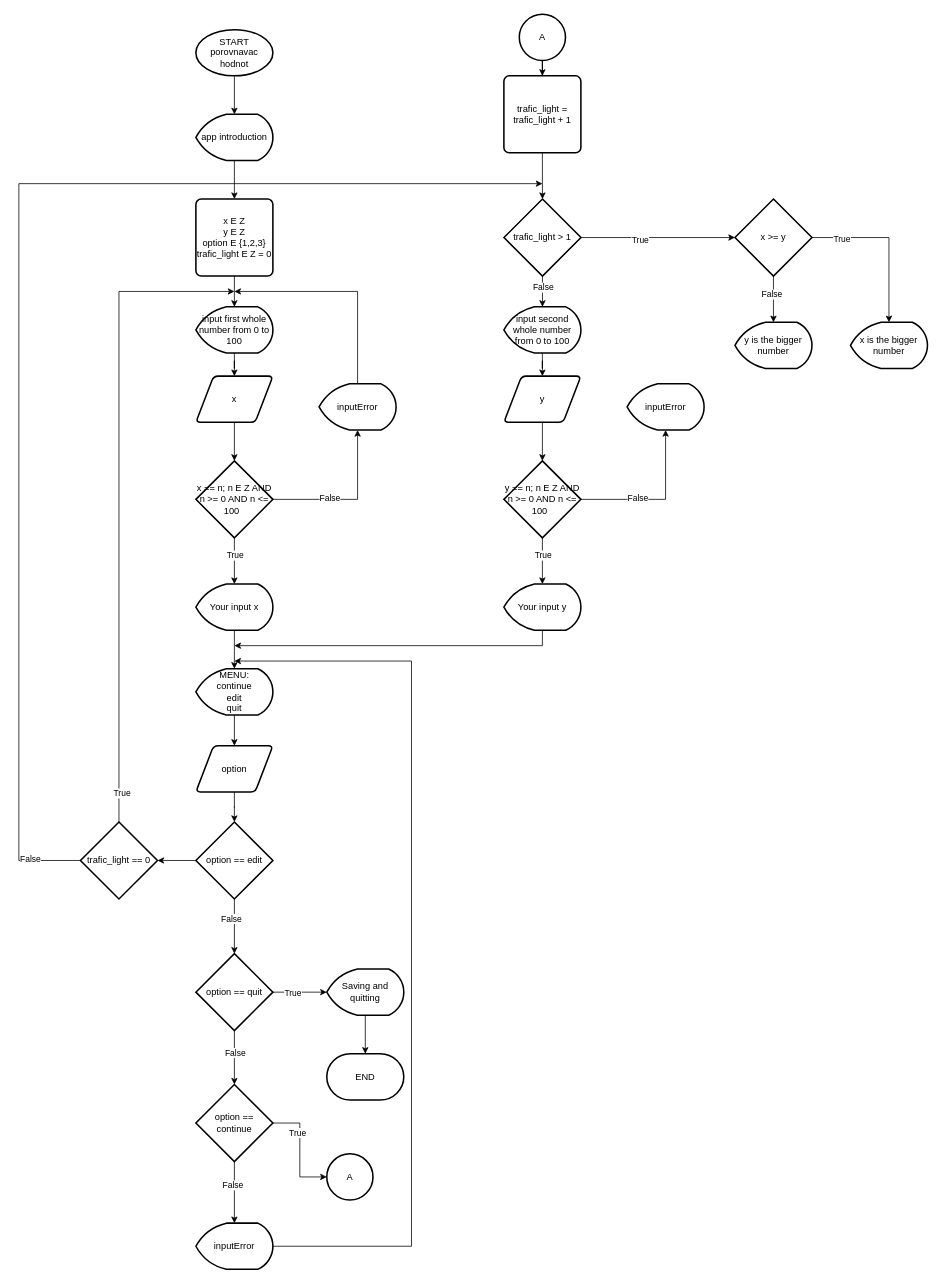
Before: comparator.drawio in otevrro21/Comparator, a draw.io diagram. Source tidied: cells renumbered, new cells numbered last; positions are measured from the earlier drawing's top-left corner, leaving out a move shared by most shapes. Both pictures are drawn from the tidied source at 77%, with x=0, y=0 at pixel (18, 14).
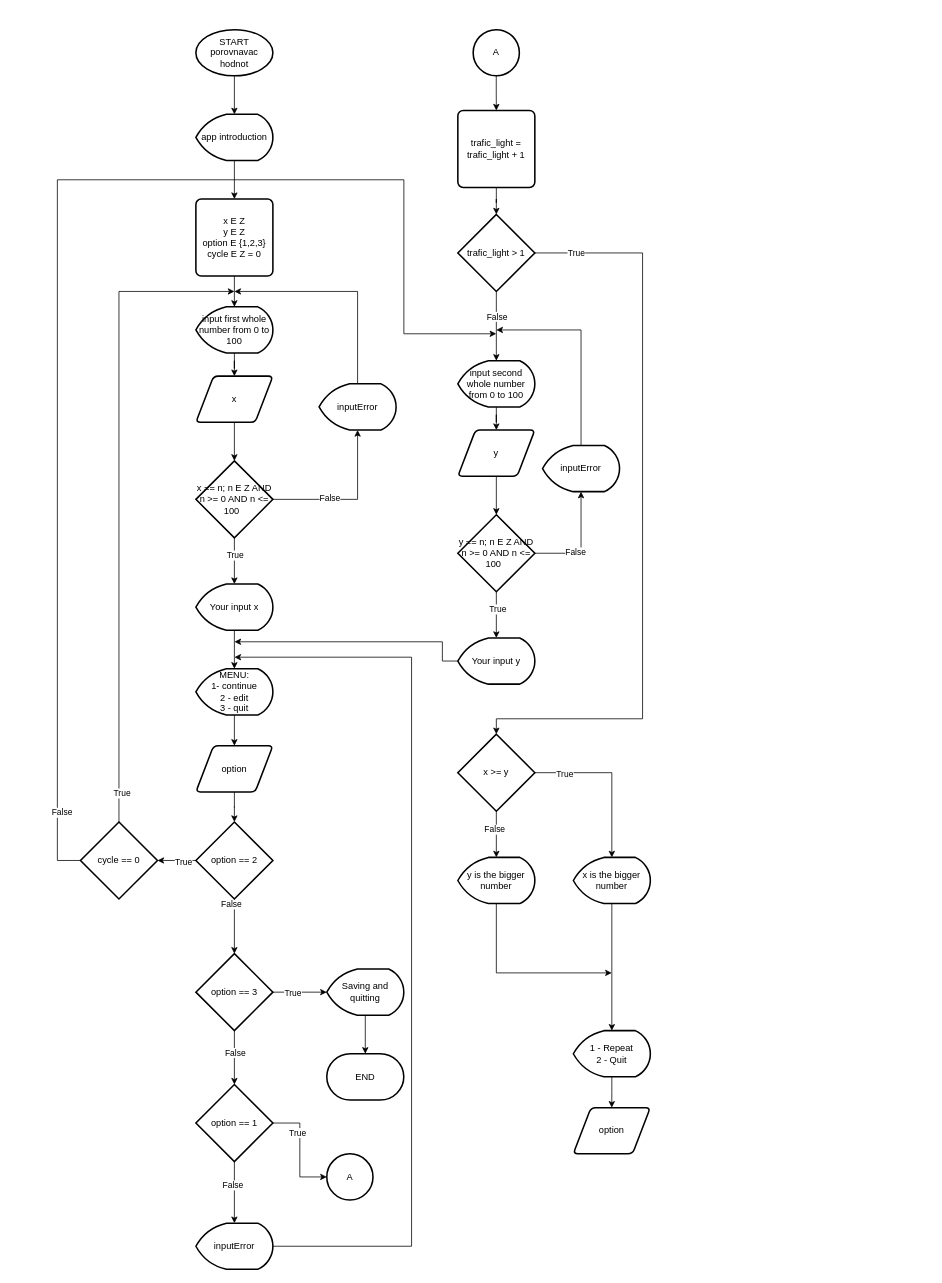
The same diagram, later.

The change refers to these unchanged cells:
```xml
<mxCell id="25" style="edgeStyle=orthogonalEdgeStyle;rounded=0;jettySize=auto;html=1;" parent="1" edge="1" source="28" target="33">
  <mxGeometry relative="1" as="geometry">
    <Array as="points">
      <mxPoint x="279.9" y="1170" />
      <mxPoint x="279.9" y="1170" />
    </Array>
  </mxGeometry>
</mxCell>
<mxCell id="27" style="edgeStyle=orthogonalEdgeStyle;rounded=0;jettySize=auto;html=1;" parent="1" edge="1" source="28" target="63">
  <mxGeometry relative="1" as="geometry" />
</mxCell>
<mxCell id="55" value="inputError" style="strokeWidth=2;html=1;shape=mxgraph.flowchart.display;whiteSpace=wrap;" parent="1" vertex="1">
  <mxGeometry x="229.9" y="1570" width="100" height="60" as="geometry" />
</mxCell>
```

Change to the diagram source:
```diff
@@
-    <mxCell id="7" value="x E Z&lt;br&gt;y E Z&lt;br&gt;option E {1,2,3}&lt;br&gt;trafic_light E Z = 0" style="rounded=1;whiteSpace=wrap;html=1;absoluteArcSize=1;arcSize=14;strokeWidth=2;" parent="1" vertex="1">
+    <mxCell id="7" value="x E Z&lt;br&gt;y E Z&lt;br&gt;option E {1,2,3}&lt;br&gt;cycle E Z = 0" style="rounded=1;whiteSpace=wrap;html=1;absoluteArcSize=1;arcSize=14;strokeWidth=2;" parent="1" vertex="1">
       <mxGeometry x="229.9" y="240" width="100" height="100" as="geometry" />
     </mxCell>
@@
-    <mxCell id="22" value="MENU:&lt;br&gt;continue&lt;br&gt;edit&lt;br&gt;quit" style="strokeWidth=2;html=1;shape=mxgraph.flowchart.display;whiteSpace=wrap;" parent="1" vertex="1">
+    <mxCell id="22" value="MENU:&lt;br&gt;1- continue&lt;br&gt;2 - edit&lt;br&gt;3 - quit" style="strokeWidth=2;html=1;shape=mxgraph.flowchart.display;whiteSpace=wrap;" parent="1" vertex="1">
       <mxGeometry x="229.9" y="850" width="100" height="60" as="geometry" />
     </mxCell>
@@
     <mxCell id="26" value="False" style="edgeLabel;html=1;align=center;verticalAlign=middle;" parent="25" vertex="1">
-      <mxGeometry x="-0.3" y="-4" relative="1" as="geometry" />
+      <mxGeometry x="-0.3" y="-4" relative="1" as="geometry">
+        <mxPoint y="-19" as="offset" />
+      </mxGeometry>
     </mxCell>
@@
+    <mxCell id="78" value="True" style="edgeLabel;html=1;align=center;verticalAlign=middle;" parent="27" vertex="1">
+      <mxGeometry x="-0.36" y="1" relative="1" as="geometry" />
+    </mxCell>
-    <mxCell id="28" value="option == edit" style="strokeWidth=2;html=1;shape=mxgraph.flowchart.decision;whiteSpace=wrap;" parent="1" vertex="1">
+    <mxCell id="28" value="option == 2" style="strokeWidth=2;html=1;shape=mxgraph.flowchart.decision;whiteSpace=wrap;" parent="1" vertex="1">
       <mxGeometry x="229.9" y="1049" width="100" height="100" as="geometry" />
     </mxCell>
@@
-    <mxCell id="33" value="option == quit" style="strokeWidth=2;html=1;shape=mxgraph.flowchart.decision;whiteSpace=wrap;" parent="1" vertex="1">
+    <mxCell id="33" value="option == 3" style="strokeWidth=2;html=1;shape=mxgraph.flowchart.decision;whiteSpace=wrap;" parent="1" vertex="1">
       <mxGeometry x="229.9" y="1220" width="100" height="100" as="geometry" />
     </mxCell>
@@
-    <mxCell id="38" value="option == continue" style="strokeWidth=2;html=1;shape=mxgraph.flowchart.decision;whiteSpace=wrap;" parent="1" vertex="1">
+    <mxCell id="38" value="option == 1" style="strokeWidth=2;html=1;shape=mxgraph.flowchart.decision;whiteSpace=wrap;" parent="1" vertex="1">
       <mxGeometry x="229.9" y="1390" width="100" height="100" as="geometry" />
     </mxCell>
@@
     <mxCell id="43" value="input second whole number from 0 to 100" style="strokeWidth=2;html=1;shape=mxgraph.flowchart.display;whiteSpace=wrap;" parent="1" vertex="1">
-      <mxGeometry x="629.9" y="380" width="100" height="60" as="geometry" />
+      <mxGeometry x="570.1" y="450" width="100" height="60" as="geometry" />
     </mxCell>
@@
     <mxCell id="45" value="y" style="shape=parallelogram;html=1;strokeWidth=2;perimeter=parallelogramPerimeter;whiteSpace=wrap;rounded=1;arcSize=12;size=0.23;" parent="1" vertex="1">
-      <mxGeometry x="629.9" y="470" width="100" height="60" as="geometry" />
+      <mxGeometry x="570.1" y="540" width="100" height="60" as="geometry" />
     </mxCell>
@@
     <mxCell id="50" value="y == n; n E Z AND n &amp;gt;= 0 AND n &amp;lt;= 100&amp;nbsp;&amp;nbsp;" style="strokeWidth=2;html=1;shape=mxgraph.flowchart.decision;whiteSpace=wrap;" parent="1" vertex="1">
-      <mxGeometry x="629.9" y="580" width="100" height="100" as="geometry" />
+      <mxGeometry x="570.1" y="650" width="100" height="100" as="geometry" />
     </mxCell>
+    <mxCell id="79" style="edgeStyle=orthogonalEdgeStyle;rounded=0;jettySize=auto;html=1;" parent="1" edge="1" source="51">
+      <mxGeometry relative="1" as="geometry">
+        <mxPoint x="620.1" y="410" as="targetPoint" />
+        <Array as="points">
+          <mxPoint x="730.1" y="410" />
+        </Array>
+      </mxGeometry>
+    </mxCell>
     <mxCell id="51" value="inputError" style="strokeWidth=2;html=1;shape=mxgraph.flowchart.display;whiteSpace=wrap;" parent="1" vertex="1">
-      <mxGeometry x="789.9" y="480" width="100" height="60" as="geometry" />
+      <mxGeometry x="680.1" y="560" width="100" height="60" as="geometry" />
     </mxCell>
-    <mxCell id="52" style="edgeStyle=orthogonalEdgeStyle;rounded=0;jettySize=auto;html=1;" parent="1" edge="1" source="53">
-      <mxGeometry relative="1" as="geometry">
-        <mxPoint x="279.9" y="820" as="targetPoint" />
-        <Array as="points">
-          <mxPoint x="679.9" y="820" />
-        </Array>
-      </mxGeometry>
-    </mxCell>
+    <mxCell id="80" style="edgeStyle=orthogonalEdgeStyle;rounded=0;jettySize=auto;html=1;exitX=0;exitY=0.5;exitDx=0;exitDy=0;exitPerimeter=0;" parent="1" edge="1" source="53">
+      <mxGeometry relative="1" as="geometry">
+        <mxPoint x="280" y="815" as="targetPoint" />
+        <Array as="points">
+          <mxPoint x="550" y="840" />
+          <mxPoint x="550" y="815" />
+          <mxPoint x="280" y="815" />
+        </Array>
+      </mxGeometry>
+    </mxCell>
     <mxCell id="53" value="Your input y" style="strokeWidth=2;html=1;shape=mxgraph.flowchart.display;whiteSpace=wrap;" parent="1" vertex="1">
-      <mxGeometry x="629.9" y="740" width="100" height="60" as="geometry" />
+      <mxGeometry x="570.1" y="810" width="100" height="60" as="geometry" />
     </mxCell>
     <mxCell id="54" style="edgeStyle=orthogonalEdgeStyle;rounded=0;jettySize=auto;html=1;exitX=1;exitY=0.5;exitDx=0;exitDy=0;exitPerimeter=0;" parent="1" edge="1" source="55">
       <mxGeometry relative="1" as="geometry">
-        <mxPoint x="279.9" y="840" as="targetPoint" />
+        <mxPoint x="280" y="835" as="targetPoint" />
         <Array as="points">
-          <mxPoint x="509.9" y="1600" />
-          <mxPoint x="509.9" y="840" />
-          <mxPoint x="279.9" y="840" />
+          <mxPoint x="510" y="1600" />
+          <mxPoint x="510" y="835" />
+          <mxPoint x="280" y="835" />
         </Array>
       </mxGeometry>
     </mxCell>
@@
     <mxCell id="58" value="A" style="strokeWidth=2;html=1;shape=mxgraph.flowchart.start_2;whiteSpace=wrap;" parent="1" vertex="1">
-      <mxGeometry x="649.9" width="60" height="60" as="geometry" />
+      <mxGeometry x="590" y="20" width="60" height="60" as="geometry" />
     </mxCell>
-    <mxCell id="59" style="edgeStyle=orthogonalEdgeStyle;rounded=0;jettySize=auto;html=1;" parent="1" edge="1" source="63">
-      <mxGeometry relative="1" as="geometry">
-        <mxPoint x="680" y="220" as="targetPoint" />
-        <Array as="points">
-          <mxPoint y="1099" />
-          <mxPoint y="220" />
-        </Array>
-      </mxGeometry>
-    </mxCell>
-    <mxCell id="60" value="False" style="edgeLabel;html=1;align=center;verticalAlign=middle;" parent="59" vertex="1">
-      <mxGeometry x="-0.92" y="-2" relative="1" as="geometry" />
-    </mxCell>
@@
+    <mxCell id="81" style="edgeStyle=orthogonalEdgeStyle;rounded=0;jettySize=auto;html=1;" parent="1" edge="1" source="63">
+      <mxGeometry relative="1" as="geometry">
+        <mxPoint x="620" y="415" as="targetPoint" />
+        <Array as="points">
+          <mxPoint x="50" y="1099" />
+          <mxPoint x="50" y="215" />
+          <mxPoint x="500" y="215" />
+          <mxPoint x="500" y="415" />
+        </Array>
+      </mxGeometry>
+    </mxCell>
+    <mxCell id="60" value="False" style="edgeLabel;html=1;align=center;verticalAlign=middle;" parent="81" vertex="1">
+      <mxGeometry x="-0.89" y="-5" relative="1" as="geometry" />
+    </mxCell>
-    <mxCell id="63" value="trafic_light == 0" style="strokeWidth=2;html=1;shape=mxgraph.flowchart.decision;whiteSpace=wrap;" parent="1" vertex="1">
+    <mxCell id="63" value="cycle == 0" style="strokeWidth=2;html=1;shape=mxgraph.flowchart.decision;whiteSpace=wrap;" parent="1" vertex="1">
       <mxGeometry x="80" y="1049" width="100" height="100" as="geometry" />
     </mxCell>
@@
     <mxCell id="65" value="trafic_light = trafic_light + 1" style="rounded=1;whiteSpace=wrap;html=1;absoluteArcSize=1;arcSize=14;strokeWidth=2;" parent="1" vertex="1">
-      <mxGeometry x="629.9" y="80" width="100" height="100" as="geometry" />
+      <mxGeometry x="570.1" y="125" width="100" height="100" as="geometry" />
     </mxCell>
     <mxCell id="66" style="edgeStyle=orthogonalEdgeStyle;rounded=0;jettySize=auto;html=1;" parent="1" edge="1" source="70" target="43">
       <mxGeometry relative="1" as="geometry">
         <Array as="points">
-          <mxPoint x="680" y="350" />
-          <mxPoint x="680" y="350" />
+          <mxPoint x="620.1" y="370" />
+          <mxPoint x="620.1" y="370" />
         </Array>
       </mxGeometry>
     </mxCell>
@@
-    <mxCell id="68" style="edgeStyle=orthogonalEdgeStyle;rounded=0;jettySize=auto;html=1;" parent="1" edge="1" source="70" target="75">
-      <mxGeometry relative="1" as="geometry" />
+    <mxCell id="68" style="edgeStyle=orthogonalEdgeStyle;rounded=0;jettySize=auto;html=1;entryX=0.5;entryY=0;entryDx=0;entryDy=0;entryPerimeter=0;" parent="1" edge="1" source="70" target="75">
+      <mxGeometry relative="1" as="geometry">
+        <Array as="points">
+          <mxPoint x="810" y="310" />
+          <mxPoint x="810" y="915" />
+          <mxPoint x="620" y="915" />
+        </Array>
+      </mxGeometry>
     </mxCell>
-    <mxCell id="69" value="True" style="edgeLabel;html=1;align=center;verticalAlign=middle;" parent="68" vertex="1">
-      <mxGeometry x="-0.24" y="-3" relative="1" as="geometry" />
-    </mxCell>
+    <mxCell id="82" value="True" style="edgeLabel;html=1;align=center;verticalAlign=middle;" parent="68" vertex="1">
+      <mxGeometry x="-0.89" relative="1" as="geometry" />
+    </mxCell>
     <mxCell id="70" value="trafic_light &amp;gt; 1" style="strokeWidth=2;html=1;shape=mxgraph.flowchart.decision;whiteSpace=wrap;" parent="1" vertex="1">
-      <mxGeometry x="630" y="240" width="100" height="100" as="geometry" />
+      <mxGeometry x="570.1" y="260" width="100" height="100" as="geometry" />
     </mxCell>
@@
     <mxCell id="75" value="x &amp;gt;= y" style="strokeWidth=2;html=1;shape=mxgraph.flowchart.decision;whiteSpace=wrap;" parent="1" vertex="1">
-      <mxGeometry x="930" y="240" width="100" height="100" as="geometry" />
+      <mxGeometry x="570.1" y="935" width="100" height="100" as="geometry" />
     </mxCell>
+    <mxCell id="83" style="edgeStyle=orthogonalEdgeStyle;rounded=0;jettySize=auto;html=1;" parent="1" edge="1" source="76">
+      <mxGeometry relative="1" as="geometry">
+        <mxPoint x="770" y="1245" as="targetPoint" />
+        <Array as="points">
+          <mxPoint x="620" y="1245" />
+        </Array>
+      </mxGeometry>
+    </mxCell>
     <mxCell id="76" value="y is the bigger number" style="strokeWidth=2;html=1;shape=mxgraph.flowchart.display;whiteSpace=wrap;" parent="1" vertex="1">
-      <mxGeometry x="930" y="400" width="100" height="60" as="geometry" />
+      <mxGeometry x="570.1" y="1095" width="100" height="60" as="geometry" />
     </mxCell>
+    <mxCell id="84" style="edgeStyle=orthogonalEdgeStyle;rounded=0;jettySize=auto;html=1;" parent="1" edge="1" source="77" target="86">
+      <mxGeometry relative="1" as="geometry" />
+    </mxCell>
     <mxCell id="77" value="x is the bigger number" style="strokeWidth=2;html=1;shape=mxgraph.flowchart.display;whiteSpace=wrap;" parent="1" vertex="1">
-      <mxGeometry x="1080" y="400" width="100" height="60" as="geometry" />
+      <mxGeometry x="720.1" y="1095" width="100" height="60" as="geometry" />
     </mxCell>
+    <mxCell id="85" style="edgeStyle=orthogonalEdgeStyle;rounded=0;jettySize=auto;html=1;" parent="1" edge="1" source="86" target="87">
+      <mxGeometry relative="1" as="geometry" />
+    </mxCell>
+    <mxCell id="86" value="1 - Repeat&lt;br&gt;2 - Quit" style="strokeWidth=2;html=1;shape=mxgraph.flowchart.display;whiteSpace=wrap;" parent="1" vertex="1">
+      <mxGeometry x="720.1" y="1320" width="100" height="60" as="geometry" />
+    </mxCell>
+    <mxCell id="87" value="option" style="shape=parallelogram;html=1;strokeWidth=2;perimeter=parallelogramPerimeter;whiteSpace=wrap;rounded=1;arcSize=12;size=0.23;" parent="1" vertex="1">
+      <mxGeometry x="720" y="1420" width="100" height="60" as="geometry" />
+    </mxCell>
```
